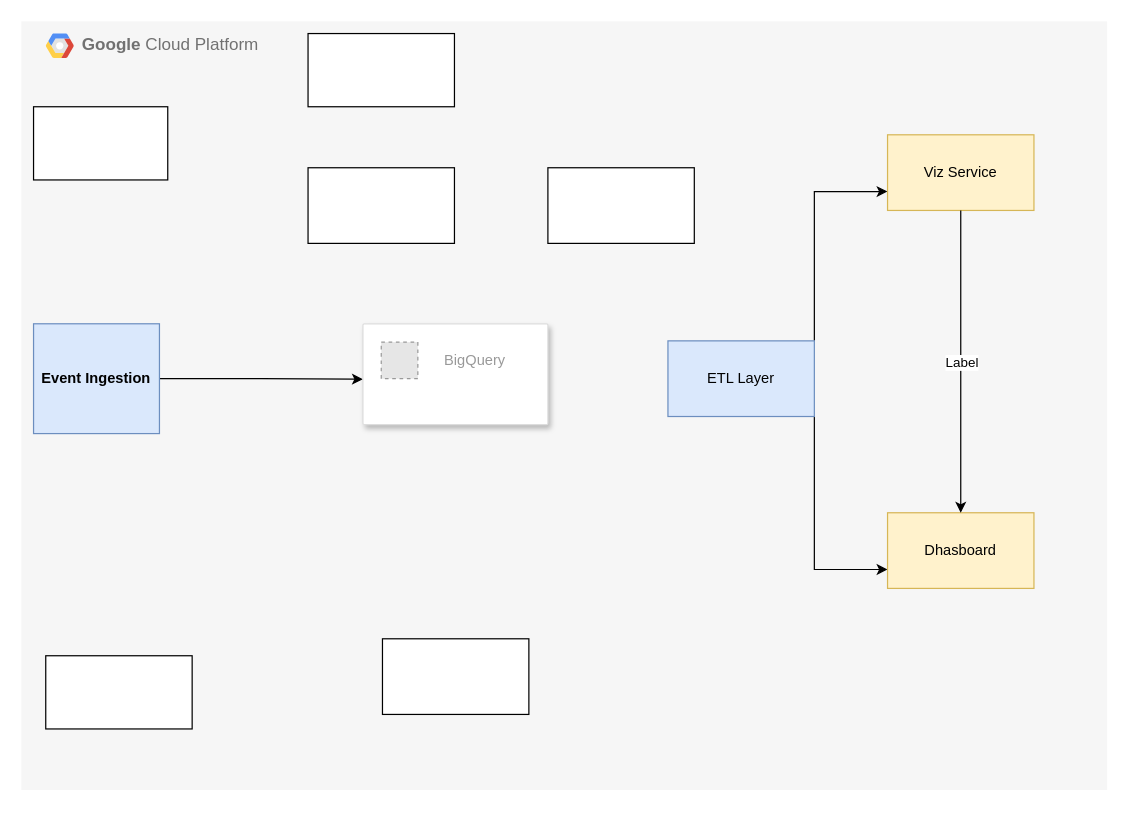
The draw.io diagram cloudsql.drawio in anshultaak/Diagram, before the edit. Source tidied: cells renumbered, new cells numbered last; positions are measured from the earlier drawing's top-left corner, leaving out a move shared by most shapes. Both pictures are drawn from the tidied source at 122%, with x=0, y=0 at pixel (21, 21). Pictures stored in the file or linked from it are replaced by grey dashed boxes.
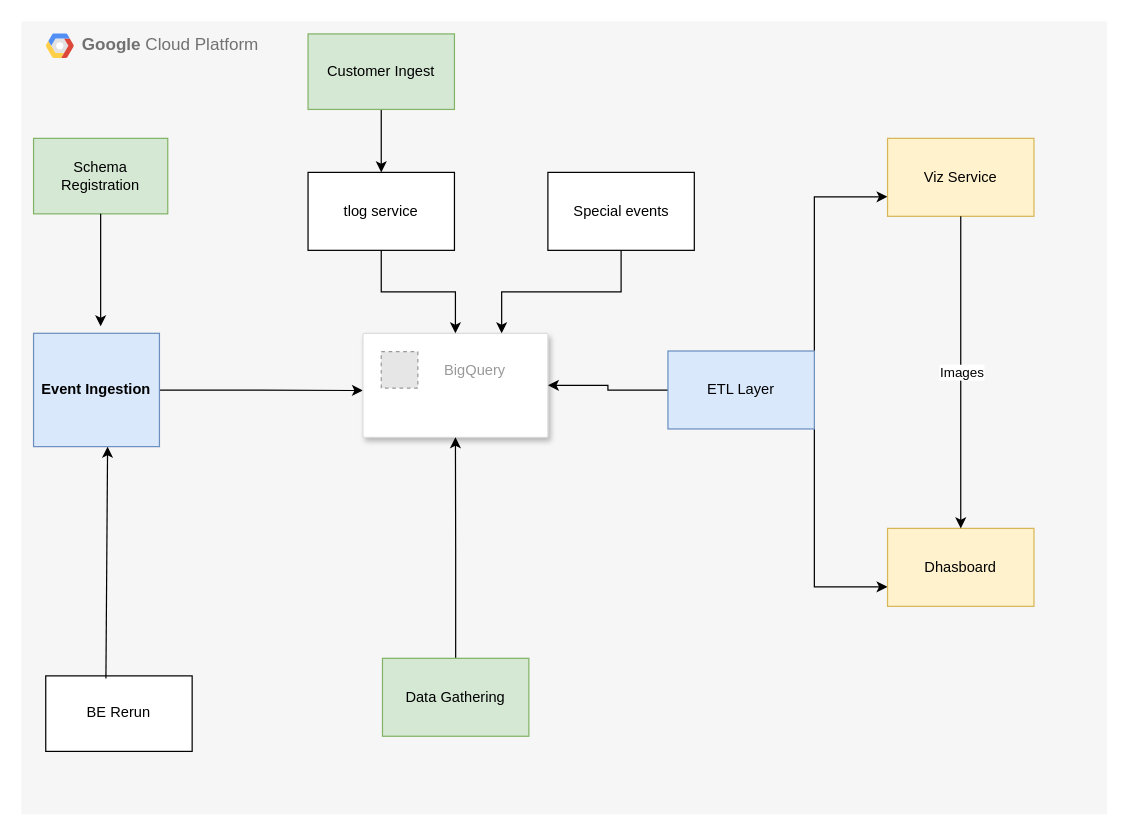
The same diagram, later.

Unchanged cells that the change refers to:
```xml
<mxCell id="19" style="endArrow=classic;html=1;rounded=0;exitX=0.5;exitY=1;exitDx=0;exitDy=0;entryX=0.5;entryY=0;entryDx=0;entryDy=0;" parent="2" edge="1" source="11" target="12">
  <mxGeometry relative="1" as="geometry" />
</mxCell>
```

What changed in the source:
```diff
@@
     <mxCell id="2" value="&lt;b&gt;Google &lt;/b&gt;Cloud Platform" style="fillColor=#F6F6F6;strokeColor=none;shadow=0;gradientColor=none;fontSize=14;align=left;spacing=10;fontColor=#717171;9E9E9E;verticalAlign=top;spacingTop=-4;fontStyle=0;spacingLeft=40;html=1;whiteSpace=wrap;" parent="1" vertex="1">
-      <mxGeometry width="890" height="630" as="geometry" />
+      <mxGeometry width="890" height="650" as="geometry" />
     </mxCell>
@@
     <mxCell id="4" style="edgeStyle=orthogonalEdgeStyle;rounded=0;jettySize=auto;html=1;" parent="2" edge="1" source="5">
       <mxGeometry relative="1" as="geometry">
-        <mxPoint x="280" y="293.3" as="targetPoint" />
+        <mxPoint x="280" y="302.6" as="targetPoint" />
       </mxGeometry>
     </mxCell>
     <mxCell id="5" value="&lt;b&gt;Event Ingestion&lt;/b&gt;" style="rounded=0;whiteSpace=wrap;html=1;fillColor=#dae8fc;strokeColor=#6c8ebf;" parent="2" vertex="1">
-      <mxGeometry x="10" y="247.9" width="103.2" height="90" as="geometry" />
+      <mxGeometry x="10" y="255.7" width="103.2" height="92.9" as="geometry" />
     </mxCell>
     <mxCell id="6" style="strokeColor=#dddddd;shadow=1;strokeWidth=1;rounded=1;absoluteArcSize=1;arcSize=2;" parent="2" vertex="1">
-      <mxGeometry x="280" y="247.9" width="151.6" height="82.6" as="geometry" />
+      <mxGeometry x="280" y="255.7" width="151.6" height="85.2" as="geometry" />
     </mxCell>
@@
+    <mxCell id="21" style="edgeStyle=orthogonalEdgeStyle;rounded=0;jettySize=auto;html=1;entryX=1;entryY=0.5;entryDx=0;entryDy=0;" parent="2" edge="1" source="10" target="6">
+      <mxGeometry relative="1" as="geometry" />
+    </mxCell>
     <mxCell id="10" value="ETL Layer" style="rounded=0;whiteSpace=wrap;html=1;fillColor=#dae8fc;strokeColor=#6c8ebf;" parent="2" vertex="1">
-      <mxGeometry x="530" y="261.9" width="120" height="62" as="geometry" />
+      <mxGeometry x="530" y="270.2" width="120" height="63.9" as="geometry" />
     </mxCell>
     <mxCell id="11" value="Viz Service" style="rounded=0;whiteSpace=wrap;html=1;fillColor=#fff2cc;strokeColor=#d6b656;" parent="2" vertex="1">
-      <mxGeometry x="710" y="93" width="120" height="62" as="geometry" />
+      <mxGeometry x="710" y="95.9" width="120" height="63.9" as="geometry" />
     </mxCell>
     <mxCell id="12" value="Dhasboard" style="rounded=0;whiteSpace=wrap;html=1;fillColor=#fff2cc;strokeColor=#d6b656;" parent="2" vertex="1">
-      <mxGeometry x="710" y="402.8" width="120" height="62" as="geometry" />
+      <mxGeometry x="710" y="415.6" width="120" height="63.9" as="geometry" />
     </mxCell>
+    <mxCell id="22" style="edgeStyle=orthogonalEdgeStyle;rounded=0;jettySize=auto;html=1;" parent="2" edge="1" source="13" target="6">
+      <mxGeometry relative="1" as="geometry" />
+    </mxCell>
-    <mxCell id="13" style="rounded=0;whiteSpace=wrap;html=1;" parent="2" vertex="1">
-      <mxGeometry x="296" y="506.1" width="120" height="62" as="geometry" />
+    <mxCell id="13" value="Data Gathering" style="rounded=0;whiteSpace=wrap;html=1;fillColor=#d5e8d4;strokeColor=#82b366;" parent="2" vertex="1">
+      <mxGeometry x="296" y="522.1" width="120" height="63.9" as="geometry" />
     </mxCell>
+    <mxCell id="23" style="edgeStyle=orthogonalEdgeStyle;rounded=0;jettySize=auto;html=1;" parent="2" edge="1" source="14" target="6">
+      <mxGeometry relative="1" as="geometry" />
+    </mxCell>
-    <mxCell id="14" style="rounded=0;whiteSpace=wrap;html=1;" parent="2" vertex="1">
-      <mxGeometry x="235" y="120" width="120" height="62" as="geometry" />
+    <mxCell id="14" value="tlog service" style="rounded=0;whiteSpace=wrap;html=1;" parent="2" vertex="1">
+      <mxGeometry x="235" y="123.8" width="120" height="63.9" as="geometry" />
     </mxCell>
+    <mxCell id="24" style="edgeStyle=orthogonalEdgeStyle;rounded=0;jettySize=auto;html=1;entryX=0.75;entryY=0;entryDx=0;entryDy=0;" parent="2" edge="1" source="15" target="6">
+      <mxGeometry relative="1" as="geometry" />
+    </mxCell>
-    <mxCell id="15" style="rounded=0;whiteSpace=wrap;html=1;" parent="2" vertex="1">
-      <mxGeometry x="431.6" y="120" width="120" height="62" as="geometry" />
+    <mxCell id="15" value="Special events" style="rounded=0;whiteSpace=wrap;html=1;" parent="2" vertex="1">
+      <mxGeometry x="431.6" y="123.8" width="120" height="63.9" as="geometry" />
     </mxCell>
+    <mxCell id="25" style="edgeStyle=orthogonalEdgeStyle;rounded=0;jettySize=auto;html=1;entryX=0.5;entryY=0;entryDx=0;entryDy=0;" parent="2" edge="1" source="16" target="14">
+      <mxGeometry relative="1" as="geometry" />
+    </mxCell>
-    <mxCell id="16" style="rounded=0;whiteSpace=wrap;html=1;" parent="2" vertex="1">
-      <mxGeometry x="235" y="10" width="120" height="60" as="geometry" />
+    <mxCell id="16" value="Customer Ingest" style="rounded=0;whiteSpace=wrap;html=1;fillColor=#d5e8d4;strokeColor=#82b366;" parent="2" vertex="1">
+      <mxGeometry x="235" y="10.3" width="120" height="61.9" as="geometry" />
     </mxCell>
-    <mxCell id="17" style="rounded=0;whiteSpace=wrap;html=1;" parent="2" vertex="1">
-      <mxGeometry x="20" y="520" width="120" height="60" as="geometry" />
+    <mxCell id="17" value="BE Rerun" style="rounded=0;whiteSpace=wrap;html=1;" parent="2" vertex="1">
+      <mxGeometry x="20" y="536.5" width="120" height="61.9" as="geometry" />
     </mxCell>
-    <mxCell id="18" style="rounded=0;whiteSpace=wrap;html=1;" parent="2" vertex="1">
-      <mxGeometry x="10" y="70" width="110" height="60" as="geometry" />
+    <mxCell id="18" value="Schema Registration" style="rounded=0;whiteSpace=wrap;html=1;fillColor=#d5e8d4;strokeColor=#82b366;" parent="2" vertex="1">
+      <mxGeometry x="10" y="95.9" width="110" height="61.9" as="geometry" />
     </mxCell>
@@
-    <mxCell id="20" value="Label" style="edgeLabel;html=1;align=center;verticalAlign=middle;" parent="19" vertex="1">
+    <mxCell id="20" value="Images" style="edgeLabel;html=1;align=center;verticalAlign=middle;" parent="19" vertex="1">
       <mxGeometry relative="1" as="geometry" />
     </mxCell>
+    <mxCell id="26" style="endArrow=classic;html=1;rounded=0;exitX=0.5;exitY=1;exitDx=0;exitDy=0;" parent="2" edge="1" source="18">
+      <mxGeometry relative="1" as="geometry">
+        <mxPoint x="65" y="250" as="targetPoint" />
+      </mxGeometry>
+    </mxCell>
+    <mxCell id="27" style="endArrow=classic;html=1;rounded=0;exitX=0.411;exitY=0.035;exitDx=0;exitDy=0;exitPerimeter=0;entryX=0.588;entryY=1.001;entryDx=0;entryDy=0;entryPerimeter=0;" parent="2" edge="1" source="17" target="5">
+      <mxGeometry relative="1" as="geometry" />
+    </mxCell>
```
